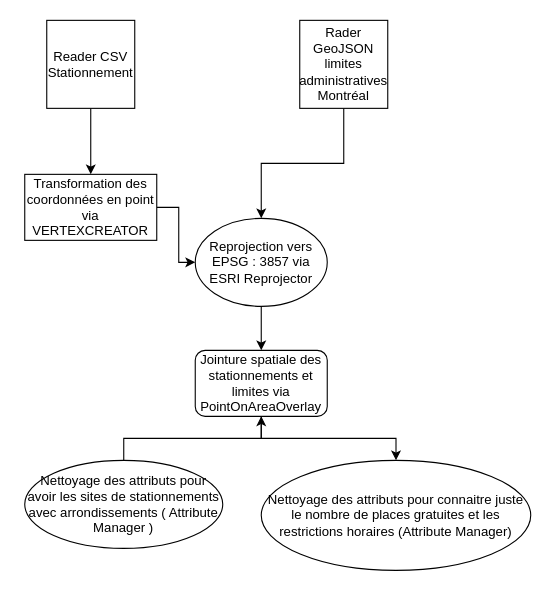
Earlier version of the draw.io diagram TP2/Schéma/Untitled Diagram.drawio (Lorry139/geo7630h25). Source tidied: cells renumbered, new cells numbered last; positions are measured from the earlier drawing's top-left corner, leaving out a move shared by most shapes. Both pictures are drawn from the tidied source at 110%, with x=0, y=0 at pixel (24, 20).
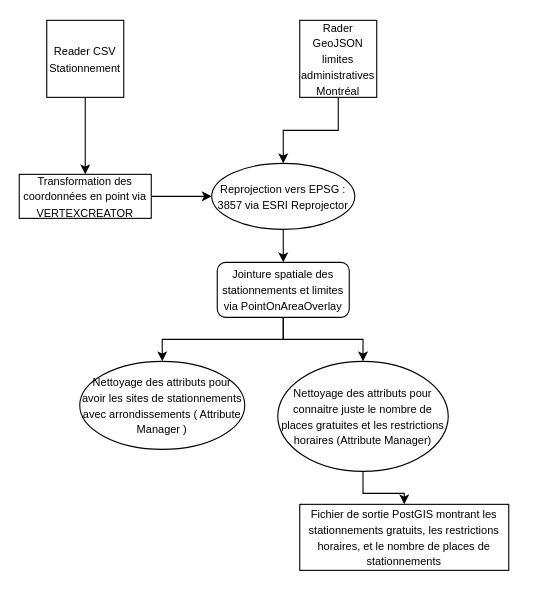
Above is the later version.

Change to the diagram source:
```diff
@@
 <mxGraphModel>
   <root>
     <mxCell id="0" />
     <mxCell id="1" parent="0" />
     <mxCell id="2" style="edgeStyle=orthogonalEdgeStyle;rounded=0;jettySize=auto;html=1;" parent="1" edge="1" source="3" target="10">
       <mxGeometry relative="1" as="geometry" />
     </mxCell>
-    <mxCell id="3" value="Reader CSV Stationnement" style="whiteSpace=wrap;html=1;" parent="1" vertex="1">
-      <mxGeometry x="20" width="80" height="80" as="geometry" />
+    <mxCell id="3" value="&lt;font style=&quot;font-size: 10px;&quot;&gt;Reader CSV Stationnement&lt;/font&gt;" style="whiteSpace=wrap;html=1;" parent="1" vertex="1">
+      <mxGeometry x="20" width="70" height="70" as="geometry" />
     </mxCell>
     <mxCell id="4" style="edgeStyle=orthogonalEdgeStyle;rounded=0;jettySize=auto;html=1;" parent="1" edge="1" source="5" target="8">
       <mxGeometry relative="1" as="geometry" />
     </mxCell>
-    <mxCell id="5" value="Rader GeoJSON limites administratives Montréal" style="whiteSpace=wrap;html=1;" parent="1" vertex="1">
-      <mxGeometry x="250" width="80" height="80" as="geometry" />
+    <mxCell id="5" value="&lt;font style=&quot;font-size: 10px;&quot;&gt;Rader GeoJSON limites administratives Montréal&lt;/font&gt;" style="whiteSpace=wrap;html=1;" parent="1" vertex="1">
+      <mxGeometry x="250" width="70" height="70" as="geometry" />
     </mxCell>
     <mxCell id="6" style="edgeStyle=orthogonalEdgeStyle;rounded=0;orthogonalLoop=1;jettySize=auto;html=1;exitX=0.5;exitY=1;exitDx=0;exitDy=0;" parent="1" edge="1" source="3" target="3">
       <mxGeometry relative="1" as="geometry" />
     </mxCell>
     <mxCell id="7" style="edgeStyle=orthogonalEdgeStyle;rounded=0;jettySize=auto;html=1;" parent="1" edge="1" source="8" target="12">
       <mxGeometry relative="1" as="geometry" />
     </mxCell>
-    <mxCell id="8" value="Reprojection vers EPSG : 3857 via ESRI Reprojector" style="ellipse;whiteSpace=wrap;html=1;" parent="1" vertex="1">
-      <mxGeometry x="155" y="180" width="120" height="80" as="geometry" />
+    <mxCell id="8" value="&lt;font style=&quot;font-size: 10px;&quot;&gt;Reprojection vers EPSG : 3857 via ESRI Reprojector&lt;/font&gt;" style="ellipse;whiteSpace=wrap;html=1;" parent="1" vertex="1">
+      <mxGeometry x="170" y="130" width="130" height="60" as="geometry" />
     </mxCell>
     <mxCell id="9" style="edgeStyle=orthogonalEdgeStyle;rounded=0;jettySize=auto;html=1;" parent="1" edge="1" source="10" target="8">
       <mxGeometry relative="1" as="geometry" />
     </mxCell>
-    <mxCell id="10" value="Transformation des coordonnées en point via VERTEXCREATOR" style="rounded=0;whiteSpace=wrap;html=1;" parent="1" vertex="1">
-      <mxGeometry y="140" width="120" height="60" as="geometry" />
+    <mxCell id="10" value="&lt;font style=&quot;font-size: 10px;&quot;&gt;Transformation des coordonnées en point via VERTEXCREATOR&lt;/font&gt;" style="rounded=0;whiteSpace=wrap;html=1;" parent="1" vertex="1">
+      <mxGeometry x="-5" y="140" width="120" height="40" as="geometry" />
     </mxCell>
     <mxCell id="11" style="edgeStyle=orthogonalEdgeStyle;rounded=0;jettySize=auto;html=1;" parent="1" edge="1" source="12" target="13">
       <mxGeometry relative="1" as="geometry" />
     </mxCell>
+    <mxCell id="16" style="edgeStyle=orthogonalEdgeStyle;rounded=0;jettySize=auto;html=1;" parent="1" edge="1" source="12" target="15">
+      <mxGeometry relative="1" as="geometry" />
+    </mxCell>
-    <mxCell id="12" value="Jointure spatiale des stationnements et limites via PointOnAreaOverlay" style="rounded=1;whiteSpace=wrap;html=1;" parent="1" vertex="1">
-      <mxGeometry x="155" y="300" width="120" height="60" as="geometry" />
+    <mxCell id="12" value="&lt;font style=&quot;font-size: 10px;&quot;&gt;Jointure spatiale des stationnements et limites via PointOnAreaOverlay&lt;/font&gt;" style="rounded=1;whiteSpace=wrap;html=1;" parent="1" vertex="1">
+      <mxGeometry x="175" y="220" width="120" height="50" as="geometry" />
     </mxCell>
+    <mxCell id="17" style="edgeStyle=orthogonalEdgeStyle;rounded=0;jettySize=auto;html=1;" parent="1" edge="1" source="13" target="18">
+      <mxGeometry relative="1" as="geometry" />
+    </mxCell>
-    <mxCell id="13" value="Nettoyage des attributs pour connaitre juste le nombre de places gratuites et les restrictions horaires (Attribute Manager)" style="ellipse;whiteSpace=wrap;html=1;" parent="1" vertex="1">
-      <mxGeometry x="215" y="400" width="245" height="100" as="geometry" />
+    <mxCell id="13" value="&lt;font style=&quot;font-size: 10px;&quot;&gt;Nettoyage des attributs pour connaitre juste le nombre de places gratuites et les restrictions horaires (Attribute Manager)&lt;/font&gt;" style="ellipse;whiteSpace=wrap;html=1;" parent="1" vertex="1">
+      <mxGeometry x="230" y="310" width="155" height="100" as="geometry" />
     </mxCell>
-    <mxCell id="14" style="edgeStyle=orthogonalEdgeStyle;rounded=0;jettySize=auto;html=1;" parent="1" edge="1" source="15" target="12">
-      <mxGeometry relative="1" as="geometry" />
-    </mxCell>
-    <mxCell id="15" value="Nettoyage des attributs pour avoir les sites de stationnements avec arrondissements ( Attribute Manager )" style="ellipse;whiteSpace=wrap;html=1;" parent="1" vertex="1">
-      <mxGeometry y="400" width="180" height="80" as="geometry" />
+    <mxCell id="15" value="&lt;font style=&quot;font-size: 10px;&quot;&gt;Nettoyage des attributs pour avoir les sites de stationnements avec arrondissements ( Attribute Manager )&lt;/font&gt;" style="ellipse;whiteSpace=wrap;html=1;" parent="1" vertex="1">
+      <mxGeometry x="50" y="310" width="150" height="80" as="geometry" />
     </mxCell>
+    <mxCell id="18" value="&lt;font style=&quot;font-size: 10px;&quot;&gt;Fichier de sortie PostGIS montrant les stationnements gratuits, les restrictions horaires, et le nombre de places de stationnements&lt;/font&gt;" style="rounded=0;whiteSpace=wrap;html=1;" parent="1" vertex="1">
+      <mxGeometry x="250" y="440" width="190" height="60" as="geometry" />
+    </mxCell>
   </root>
 </mxGraphModel>
```
